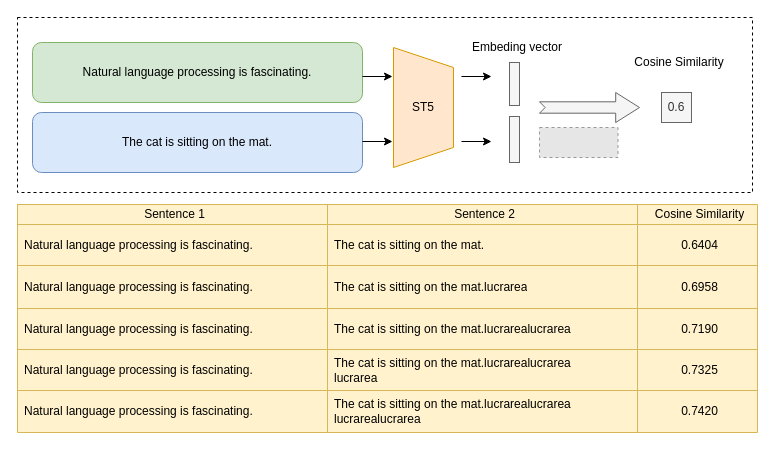
Above: sticky_token_example.drawio in March-7/StickyToken (draw.io), before the change. Source tidied: cells renumbered, new cells numbered last; positions are measured from the earlier drawing's top-left corner, leaving out a move shared by most shapes. Both pictures are drawn from the tidied source at 100%, with x=0, y=0 at pixel (17, 17). Pictures stored in the file or linked from it are replaced by grey dashed boxes.
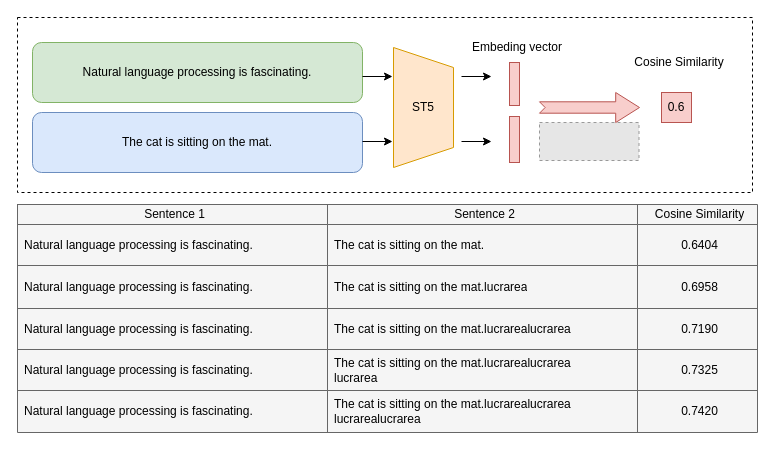
The same diagram, later.

What changed in the source:
```diff
@@
     <mxCell id="9" style="fillColor=#E6E6E6;strokeColor=#999999;dashed=1;verticalLabelPosition=bottom;labelBackgroundColor=default;verticalAlign=top;" parent="1" vertex="1">
-      <mxGeometry x="522" y="110" width="78.5" height="30" as="geometry" />
+      <mxGeometry x="522" y="105" width="99.5" height="38" as="geometry" />
     </mxCell>
@@
-    <mxCell id="12" style="rounded=0;whiteSpace=wrap;html=1;fillColor=#f5f5f5;fontColor=#333333;strokeColor=#666666;" parent="1" vertex="1">
+    <mxCell id="12" style="rounded=0;whiteSpace=wrap;html=1;fillColor=#f8cecc;strokeColor=#b85450;" parent="1" vertex="1">
       <mxGeometry x="492" y="45" width="10" height="43" as="geometry" />
     </mxCell>
-    <mxCell id="13" style="rounded=0;whiteSpace=wrap;html=1;fillColor=#f5f5f5;fontColor=#333333;strokeColor=#666666;" parent="1" vertex="1">
+    <mxCell id="13" style="rounded=0;whiteSpace=wrap;html=1;fillColor=#f8cecc;strokeColor=#b85450;" parent="1" vertex="1">
       <mxGeometry x="492" y="99" width="10" height="46" as="geometry" />
     </mxCell>
@@
-    <mxCell id="15" style="html=1;shadow=0;dashed=0;align=center;verticalAlign=middle;shape=mxgraph.arrows2.arrow;dy=0.62;dx=23.81;notch=5.64;fillColor=#f5f5f5;fontColor=#333333;strokeColor=#666666;" parent="1" vertex="1">
+    <mxCell id="15" style="html=1;shadow=0;dashed=0;align=center;verticalAlign=middle;shape=mxgraph.arrows2.arrow;dy=0.62;dx=23.81;notch=5.64;fillColor=#f8cecc;strokeColor=#b85450;" parent="1" vertex="1">
       <mxGeometry x="522" y="75" width="100" height="30" as="geometry" />
     </mxCell>
-    <mxCell id="16" value="0.6" style="whiteSpace=wrap;html=1;fillColor=#f5f5f5;fontColor=#333333;strokeColor=#666666;" parent="1" vertex="1">
+    <mxCell id="16" value="0.6" style="whiteSpace=wrap;html=1;fillColor=#f8cecc;strokeColor=#b85450;" parent="1" vertex="1">
       <mxGeometry x="644" y="75" width="30" height="30" as="geometry" />
     </mxCell>
@@
-    <mxCell id="18" style="shape=table;startSize=0;childLayout=tableLayout;fontSize=11;labelBorderColor=#000000;textOpacity=30;fillColor=#fff2cc;strokeColor=#d6b656;swimlaneFillColor=none;rounded=0;" parent="1" vertex="1">
+    <mxCell id="18" style="shape=table;startSize=0;childLayout=tableLayout;fontSize=11;labelBorderColor=#000000;textOpacity=30;fillColor=#f5f5f5;strokeColor=#666666;swimlaneFillColor=none;rounded=0;fontColor=#333333;" parent="1" vertex="1">
       <mxGeometry y="187" width="740" height="228" as="geometry" />
     </mxCell>
```
